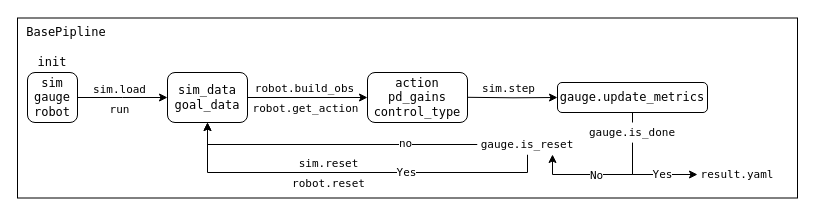
Above: assets/robogauge_basepipeline.drawio in wty-yy/RoboGauge (draw.io), before the change. Source tidied: cells renumbered, new cells numbered last; positions are measured from the earlier drawing's top-left corner, leaving out a move shared by most shapes. Both pictures are drawn from the tidied source at 100%, with x=0, y=0 at pixel (17, 18).
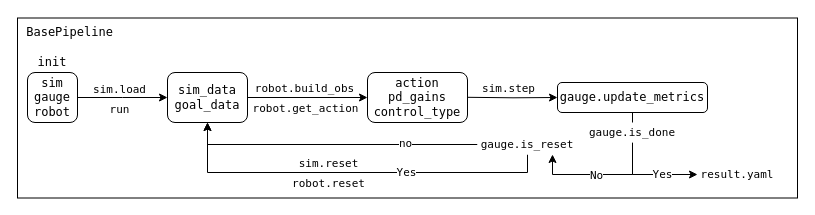
The same page after the edit.

What changed in the source:
```diff
@@
-    <mxCell id="2" value="&lt;font face=&quot;Lucida Console&quot;&gt;&amp;nbsp;BasePipline&lt;/font&gt;" style="rounded=0;whiteSpace=wrap;html=1;align=left;verticalAlign=top;" parent="1" vertex="1">
+    <mxCell id="2" value="&lt;font face=&quot;Lucida Console&quot;&gt;&amp;nbsp;BasePipeline&lt;/font&gt;" style="rounded=0;whiteSpace=wrap;html=1;align=left;verticalAlign=top;" parent="1" vertex="1">
       <mxGeometry y="-0.5" width="780" height="180" as="geometry" />
     </mxCell>
```
